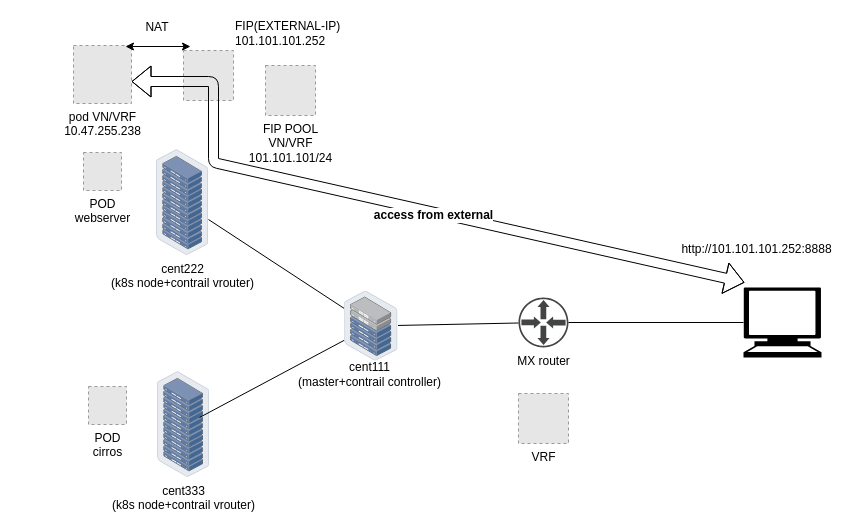
Above: diagrams/drawio/svc-lb.drawio in pinggit/kubernetes-contrail-day-one (draw.io), before the change. Source tidied: cells renumbered, new cells numbered last; positions are measured from the earlier drawing's top-left corner, leaving out a move shared by most shapes. Both pictures are drawn from the tidied source at 100%, with x=0, y=0 at pixel (73, 17). Pictures stored in the file or linked from it are replaced by grey dashed boxes.
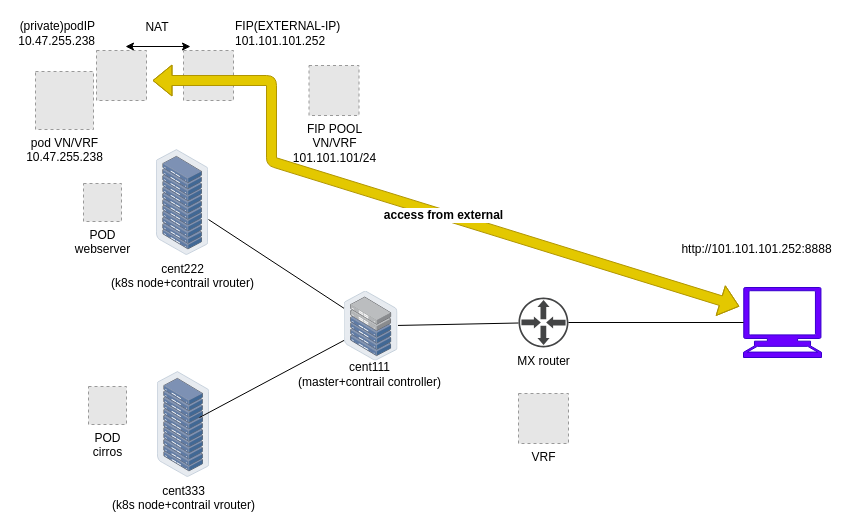
The same diagram, later.

Diff of the diagram source:
```diff
@@
-    <mxCell id="4" style="shape=mxgraph.signs.tech.computer;html=1;fillColor=#000000;strokeColor=none;verticalLabelPosition=bottom;verticalAlign=top;align=center;" parent="1" vertex="1">
+    <mxCell id="4" style="shape=mxgraph.signs.tech.computer;html=1;fillColor=#6a00ff;strokeColor=#3700CC;verticalLabelPosition=bottom;verticalAlign=top;align=center;fontColor=#ffffff;" parent="1" vertex="1">
       <mxGeometry x="670" y="270" width="78" height="70" as="geometry" />
     </mxCell>
     <mxCell id="5" value="FIP POOL&lt;br&gt;VN/VRF&lt;br&gt;101.101.101/24&lt;br&gt;" style="fillColor=#E6E6E6;strokeColor=#999999;dashed=1;html=1;verticalAlign=top;verticalLabelPosition=bottom;labelBackgroundColor=#ffffff;" parent="1" vertex="1">
-      <mxGeometry x="192" y="48" width="50" height="50" as="geometry" />
+      <mxGeometry x="235.5" y="48" width="50" height="50" as="geometry" />
     </mxCell>
     <mxCell id="6" value="pod VN/VRF&lt;br&gt;10.47.255.238&lt;br&gt;" style="fillColor=#E6E6E6;strokeColor=#999999;dashed=1;html=1;verticalAlign=top;verticalLabelPosition=bottom;labelBackgroundColor=#ffffff;" parent="1" vertex="1">
-      <mxGeometry y="28" width="58" height="58" as="geometry" />
+      <mxGeometry x="-38" y="54" width="58" height="58" as="geometry" />
     </mxCell>
@@
-    <mxCell id="17" style="shape=flexArrow;endArrow=classic;startArrow=classic;html=1;entryX=0.007;entryY=0.007;entryDx=0;entryDy=0;entryPerimeter=0;" parent="1" edge="1">
-      <mxGeometry relative="1" as="geometry">
-        <mxPoint x="58" y="64" as="sourcePoint" />
-        <mxPoint x="671" y="265" as="targetPoint" />
-        <Array as="points">
-          <mxPoint x="140" y="64" />
-          <mxPoint x="140" y="145" />
-        </Array>
-      </mxGeometry>
-    </mxCell>
-    <mxCell id="18" value="&lt;b&gt;access from external&lt;/b&gt;" style="text;html=1;align=center;verticalAlign=middle;labelBackgroundColor=#ffffff;" parent="17" vertex="1">
-      <mxGeometry x="0.03" relative="1" as="geometry">
-        <mxPoint x="23" y="8" as="offset" />
-      </mxGeometry>
-    </mxCell>
     <mxCell id="19" value="POD&lt;br&gt;webserver" style="fillColor=#E6E6E6;strokeColor=#999999;dashed=1;html=1;verticalAlign=top;verticalLabelPosition=bottom;labelBackgroundColor=#ffffff;" parent="1" vertex="1">
-      <mxGeometry x="10" y="135" width="38" height="38" as="geometry" />
+      <mxGeometry x="10" y="166" width="38" height="38" as="geometry" />
     </mxCell>
@@
+    <mxCell id="23" style="shape=flexArrow;endArrow=classic;startArrow=classic;html=1;entryX=0.031;entryY=0.293;entryDx=0;entryDy=0;entryPerimeter=0;fillColor=#e3c800;strokeColor=#B09500;" parent="1" edge="1">
+      <mxGeometry relative="1" as="geometry">
+        <mxPoint x="79" y="63" as="sourcePoint" />
+        <mxPoint x="665.9" y="288.9" as="targetPoint" />
+        <Array as="points">
+          <mxPoint x="198" y="63" />
+          <mxPoint x="198" y="144" />
+        </Array>
+      </mxGeometry>
+    </mxCell>
+    <mxCell id="18" value="&lt;b&gt;access from external&lt;/b&gt;" style="text;html=1;align=center;verticalAlign=middle;labelBackgroundColor=#ffffff;" parent="23" vertex="1">
+      <mxGeometry x="0.03" relative="1" as="geometry">
+        <mxPoint x="23" y="8" as="offset" />
+      </mxGeometry>
+    </mxCell>
+    <mxCell id="24" value="&lt;span style=&quot;text-align: center&quot;&gt;(private)podIP&lt;/span&gt;&lt;br style=&quot;text-align: center&quot;&gt;&lt;span style=&quot;text-align: center&quot;&gt;10.47.255.238&lt;/span&gt;" style="fillColor=#E6E6E6;strokeColor=#999999;dashed=1;html=1;verticalAlign=bottom;verticalLabelPosition=top;labelBackgroundColor=#ffffff;labelPosition=left;align=right;" parent="1" vertex="1">
+      <mxGeometry x="23" y="33" width="50" height="50" as="geometry" />
+    </mxCell>
```
